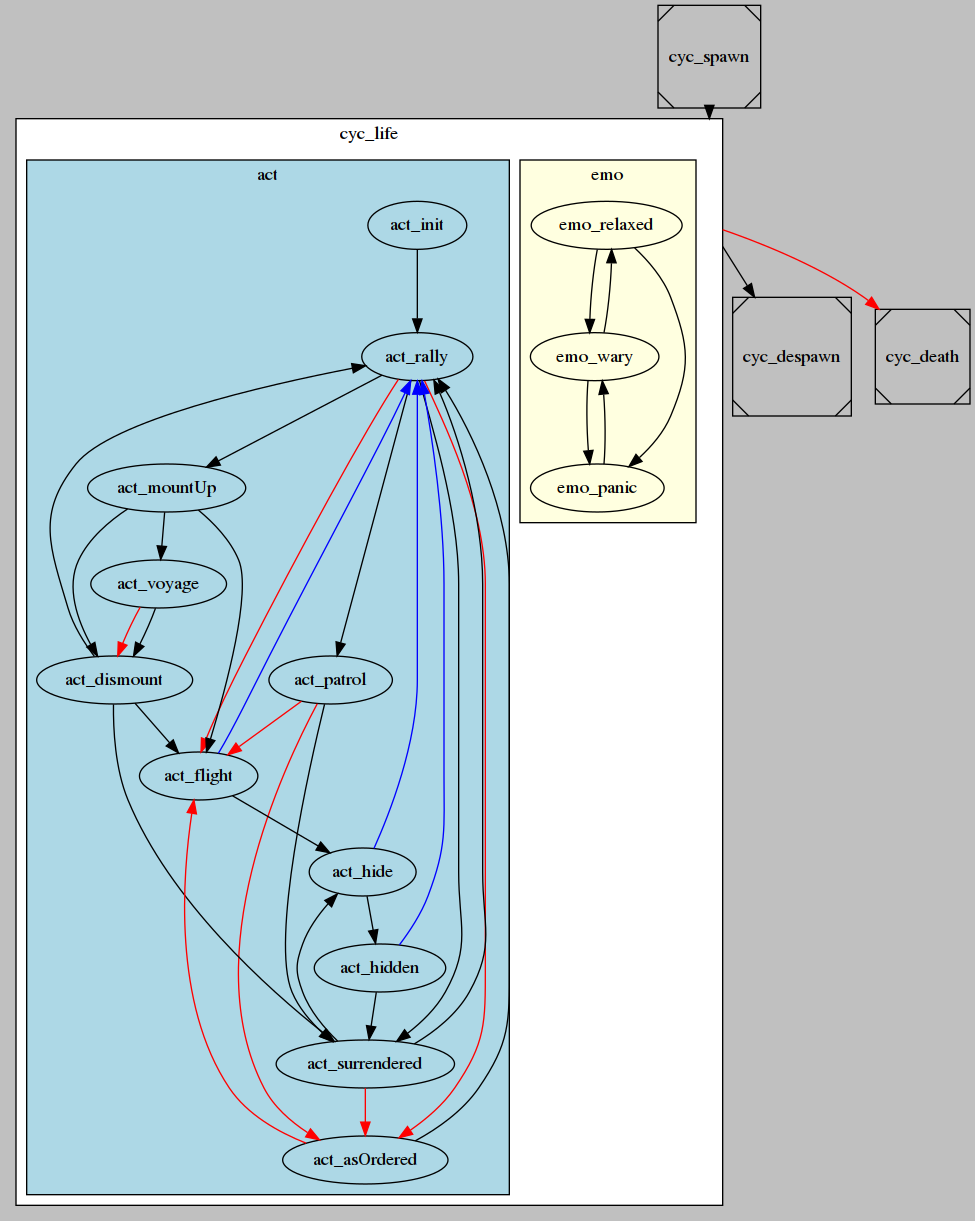
This is docs/states.png from gruppe-adler/grad_civs, a Graphviz export, as it was before one commit. Its source is kept beside it as docs/states.gv.
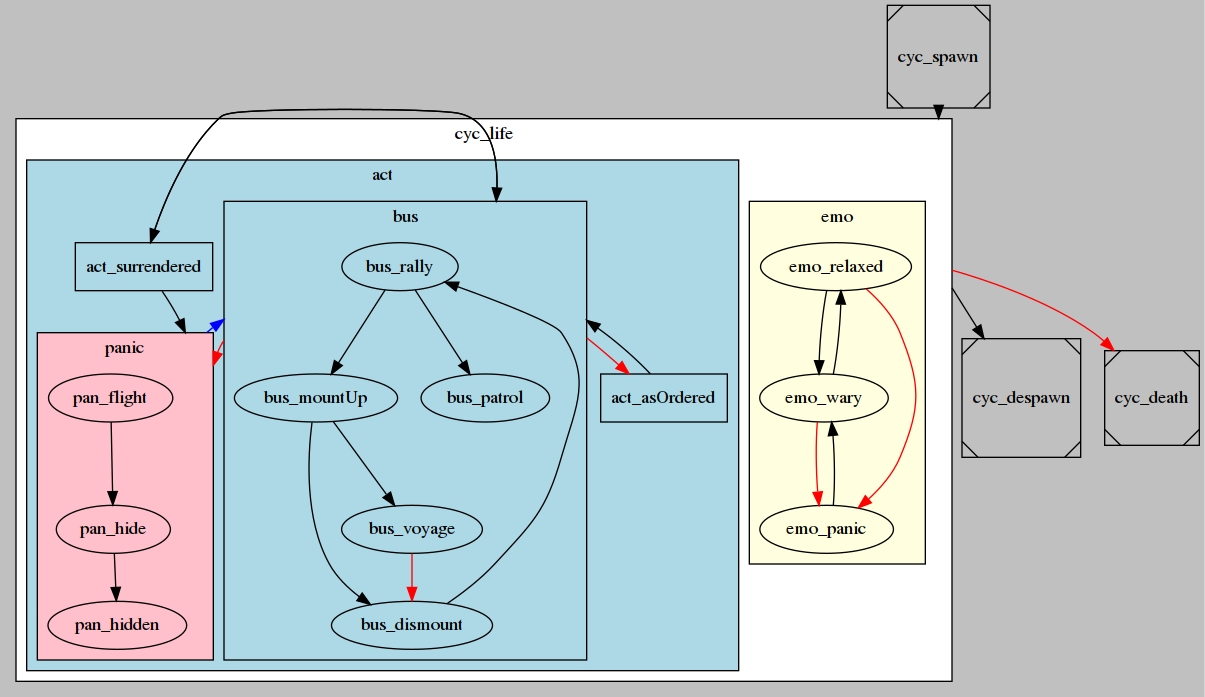
The same file after the commit.

The edit, as a diff of the source:
```diff
@@ -12,41 +12,46 @@
             bgcolor="lightyellow";
             label="emo";
             emo_relaxed -> emo_wary;
-            {emo_wary, emo_relaxed} -> emo_panic;
+            {emo_wary, emo_relaxed} -> emo_panic [color="red"];
             emo_panic -> emo_wary -> emo_relaxed;
         }
 
         subgraph cluster_activities {
             bgcolor="lightblue";
             label="act";
-            act_rally -> act_patrol;
-            act_rally -> act_mountUp;
-            act_mountUp -> act_voyage;
-            act_mountUp -> act_dismount;
 
-            act_flight -> act_hide;
-            act_hide -> act_hidden;
+            subgraph cluster_business {
+                label="bus";
+                cluster_business_node [shape=point style=invis];
+                bus_rally -> bus_patrol;
+                bus_rally -> bus_mountUp;
+                bus_mountUp -> bus_voyage;
+                bus_mountUp -> bus_dismount;
+                bus_voyage -> bus_dismount [color=red]; # panic event
+                bus_dismount -> bus_rally;
+            }
 
-            {act_hidden, act_rally, act_patrol, act_dismount} -> act_surrendered;
-            {act_rally, act_patrol, act_asOrdered} -> act_flight [color=red];
+            subgraph cluster_panic {
+                bgcolor="pink";
+                label="panic";
+                cluster_panic_node [shape=point style=invis];
+                pan_flight -> pan_hide -> pan_hidden;
+            }
 
-            act_voyage -> act_dismount [color=red]; # panic event
-            act_voyage -> act_dismount;
+            act_asOrdered [shape=rectangle];
+            act_surrendered [shape=rectangle];
 
-            act_dismount -> act_flight;
-            act_mountUp -> act_flight;
+            act_surrendered -> cluster_panic_node [lhead=cluster_panic];
 
-            {act_flight, act_hide, act_hidden} -> act_rally [color=blue] #de-panic event
+            act_surrendered -> cluster_business_node [lhead=cluster_business];
+            cluster_business_node -> act_surrendered [ltail=cluster_business];
+            act_asOrdered -> cluster_business_node [lhead=cluster_business];
+            cluster_business_node -> act_asOrdered [ltail=cluster_business color=red];
 
-            {act_init, act_dismount, act_surrendered} -> act_rally;
+            cluster_panic_node -> cluster_business_node [color=blue lhead=cluster_business ltail=cluster_panic]
+            cluster_business_node -> cluster_panic_node [ltail=cluster_business lhead=cluster_panic color=red]
 
-            act_surrendered -> act_hide;
-
-            {act_rally, act_patrol, act_surrendered} -> act_asOrdered [color=red];
-
-            act_asOrdered -> act_rally;
         }
-
     }
 
     cyc_spawn [shape=Msquare];
```
